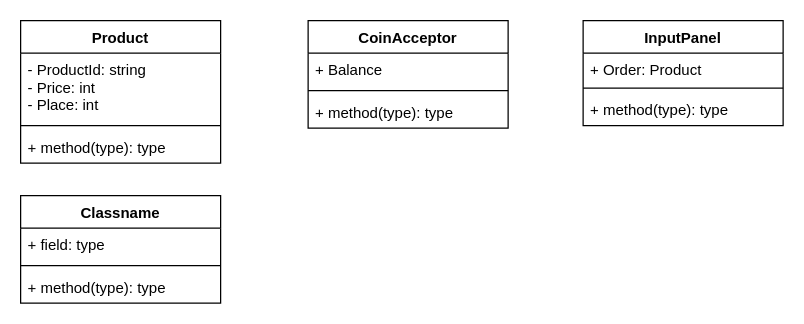
Earlier version of the draw.io diagram Untitled Diagram.drawio (StpnPntr/UchebnayaPractice). Source tidied: cells renumbered, new cells numbered last; positions are measured from the earlier drawing's top-left corner, leaving out a move shared by most shapes. Both pictures are drawn from the tidied source at 125%, with x=0, y=0 at pixel (20, 20).
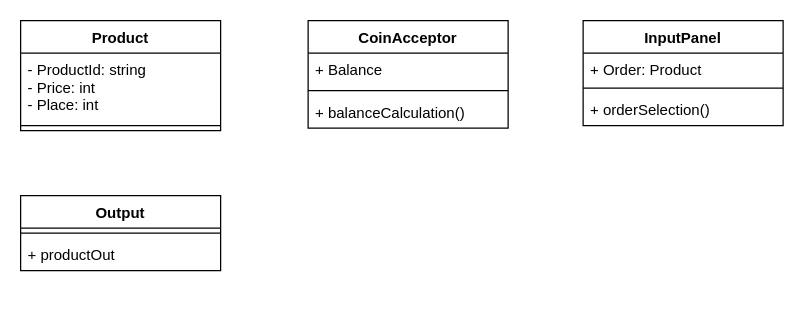
After the change.

The edit, as a diff of the source:
```diff
@@
 <mxGraphModel>
   <root>
     <mxCell id="0" />
     <mxCell id="1" parent="0" />
-    <mxCell id="2" value="Product" style="swimlane;fontStyle=1;align=center;verticalAlign=top;horizontal=1;startSize=26;" parent="1" vertex="1">
-      <mxGeometry width="160" height="114" as="geometry" />
+    <mxCell id="2" value="Product" style="swimlane;fontStyle=1;align=center;verticalAlign=top;horizontal=1;startSize=26;shadow=0;" parent="1" vertex="1">
+      <mxGeometry width="160" height="88" as="geometry" />
     </mxCell>
-    <mxCell id="3" value="- ProductId: string&#10;- Price: int&#10;- Place: int" style="text;strokeColor=none;fillColor=none;align=left;verticalAlign=top;spacingLeft=4;spacingRight=4;overflow=hidden;" parent="2" vertex="1">
+    <mxCell id="3" value="- ProductId: string&#10;- Price: int&#10;- Place: int" style="text;strokeColor=none;fillColor=none;align=left;verticalAlign=top;spacingLeft=4;spacingRight=4;overflow=hidden;shadow=0;" parent="2" vertex="1">
       <mxGeometry y="26" width="160" height="54" as="geometry" />
     </mxCell>
-    <mxCell id="4" style="line;strokeWidth=1;fillColor=none;align=left;verticalAlign=middle;spacingTop=-1;spacingLeft=3;spacingRight=3;labelPosition=right;" parent="2" vertex="1">
+    <mxCell id="4" style="line;strokeWidth=1;fillColor=none;align=left;verticalAlign=middle;spacingTop=-1;spacingLeft=3;spacingRight=3;labelPosition=right;shadow=0;" parent="2" vertex="1">
       <mxGeometry y="80" width="160" height="8" as="geometry" />
     </mxCell>
-    <mxCell id="5" value="+ method(type): type" style="text;strokeColor=none;fillColor=none;align=left;verticalAlign=top;spacingLeft=4;spacingRight=4;overflow=hidden;" parent="2" vertex="1">
-      <mxGeometry y="88" width="160" height="26" as="geometry" />
-    </mxCell>
-    <mxCell id="6" value="InputPanel" style="swimlane;fontStyle=1;align=center;verticalAlign=top;horizontal=1;startSize=26;" parent="1" vertex="1">
+    <mxCell id="6" value="InputPanel" style="swimlane;fontStyle=1;align=center;verticalAlign=top;horizontal=1;startSize=26;shadow=0;" parent="1" vertex="1">
       <mxGeometry x="450" width="160" height="84" as="geometry" />
     </mxCell>
-    <mxCell id="7" value="+ Order: Product" style="text;strokeColor=none;fillColor=none;align=left;verticalAlign=top;spacingLeft=4;spacingRight=4;overflow=hidden;" parent="6" vertex="1">
+    <mxCell id="7" value="+ Order: Product" style="text;strokeColor=none;fillColor=none;align=left;verticalAlign=top;spacingLeft=4;spacingRight=4;overflow=hidden;shadow=0;" parent="6" vertex="1">
       <mxGeometry y="26" width="160" height="24" as="geometry" />
     </mxCell>
-    <mxCell id="8" style="line;strokeWidth=1;fillColor=none;align=left;verticalAlign=middle;spacingTop=-1;spacingLeft=3;spacingRight=3;labelPosition=right;" parent="6" vertex="1">
+    <mxCell id="8" style="line;strokeWidth=1;fillColor=none;align=left;verticalAlign=middle;spacingTop=-1;spacingLeft=3;spacingRight=3;labelPosition=right;shadow=0;" parent="6" vertex="1">
       <mxGeometry y="50" width="160" height="8" as="geometry" />
     </mxCell>
-    <mxCell id="9" value="+ method(type): type" style="text;strokeColor=none;fillColor=none;align=left;verticalAlign=top;spacingLeft=4;spacingRight=4;overflow=hidden;" parent="6" vertex="1">
+    <mxCell id="9" value="+ orderSelection()" style="text;strokeColor=none;fillColor=none;align=left;verticalAlign=top;spacingLeft=4;spacingRight=4;overflow=hidden;shadow=0;" parent="6" vertex="1">
       <mxGeometry y="58" width="160" height="26" as="geometry" />
     </mxCell>
-    <mxCell id="10" value="CoinAcceptor" style="swimlane;fontStyle=1;align=center;verticalAlign=top;horizontal=1;startSize=26;" parent="1" vertex="1">
+    <mxCell id="10" value="CoinAcceptor" style="swimlane;fontStyle=1;align=center;verticalAlign=top;horizontal=1;startSize=26;shadow=0;" parent="1" vertex="1">
       <mxGeometry x="230" width="160" height="86" as="geometry" />
     </mxCell>
-    <mxCell id="11" value="+ Balance" style="text;strokeColor=none;fillColor=none;align=left;verticalAlign=top;spacingLeft=4;spacingRight=4;overflow=hidden;" parent="10" vertex="1">
+    <mxCell id="11" value="+ Balance" style="text;strokeColor=none;fillColor=none;align=left;verticalAlign=top;spacingLeft=4;spacingRight=4;overflow=hidden;shadow=0;" parent="10" vertex="1">
       <mxGeometry y="26" width="160" height="26" as="geometry" />
     </mxCell>
-    <mxCell id="12" style="line;strokeWidth=1;fillColor=none;align=left;verticalAlign=middle;spacingTop=-1;spacingLeft=3;spacingRight=3;labelPosition=right;" parent="10" vertex="1">
+    <mxCell id="12" style="line;strokeWidth=1;fillColor=none;align=left;verticalAlign=middle;spacingTop=-1;spacingLeft=3;spacingRight=3;labelPosition=right;shadow=0;" parent="10" vertex="1">
       <mxGeometry y="52" width="160" height="8" as="geometry" />
     </mxCell>
-    <mxCell id="13" value="+ method(type): type" style="text;strokeColor=none;fillColor=none;align=left;verticalAlign=top;spacingLeft=4;spacingRight=4;overflow=hidden;" parent="10" vertex="1">
+    <mxCell id="13" value="+ balanceCalculation()" style="text;strokeColor=none;fillColor=none;align=left;verticalAlign=top;spacingLeft=4;spacingRight=4;overflow=hidden;shadow=0;" parent="10" vertex="1">
       <mxGeometry y="60" width="160" height="26" as="geometry" />
     </mxCell>
-    <mxCell id="14" value="Classname" style="swimlane;fontStyle=1;align=center;verticalAlign=top;horizontal=1;startSize=26;" parent="1" vertex="1">
-      <mxGeometry y="140" width="160" height="86" as="geometry" />
+    <mxCell id="14" value="Output" style="swimlane;fontStyle=1;align=center;verticalAlign=top;horizontal=1;startSize=26;shadow=0;" parent="1" vertex="1">
+      <mxGeometry y="140" width="160" height="60" as="geometry" />
     </mxCell>
-    <mxCell id="15" value="+ field: type" style="text;strokeColor=none;fillColor=none;align=left;verticalAlign=top;spacingLeft=4;spacingRight=4;overflow=hidden;" parent="14" vertex="1">
-      <mxGeometry y="26" width="160" height="26" as="geometry" />
-    </mxCell>
-    <mxCell id="16" style="line;strokeWidth=1;fillColor=none;align=left;verticalAlign=middle;spacingTop=-1;spacingLeft=3;spacingRight=3;labelPosition=right;" parent="14" vertex="1">
-      <mxGeometry y="52" width="160" height="8" as="geometry" />
+    <mxCell id="16" style="line;strokeWidth=1;fillColor=none;align=left;verticalAlign=middle;spacingTop=-1;spacingLeft=3;spacingRight=3;labelPosition=right;shadow=0;" parent="14" vertex="1">
+      <mxGeometry y="26" width="160" height="8" as="geometry" />
     </mxCell>
-    <mxCell id="17" value="+ method(type): type" style="text;strokeColor=none;fillColor=none;align=left;verticalAlign=top;spacingLeft=4;spacingRight=4;overflow=hidden;" parent="14" vertex="1">
-      <mxGeometry y="60" width="160" height="26" as="geometry" />
+    <mxCell id="17" value="+ productOut" style="text;strokeColor=none;fillColor=none;align=left;verticalAlign=top;spacingLeft=4;spacingRight=4;overflow=hidden;shadow=0;" parent="14" vertex="1">
+      <mxGeometry y="34" width="160" height="26" as="geometry" />
     </mxCell>
   </root>
 </mxGraphModel>
```
